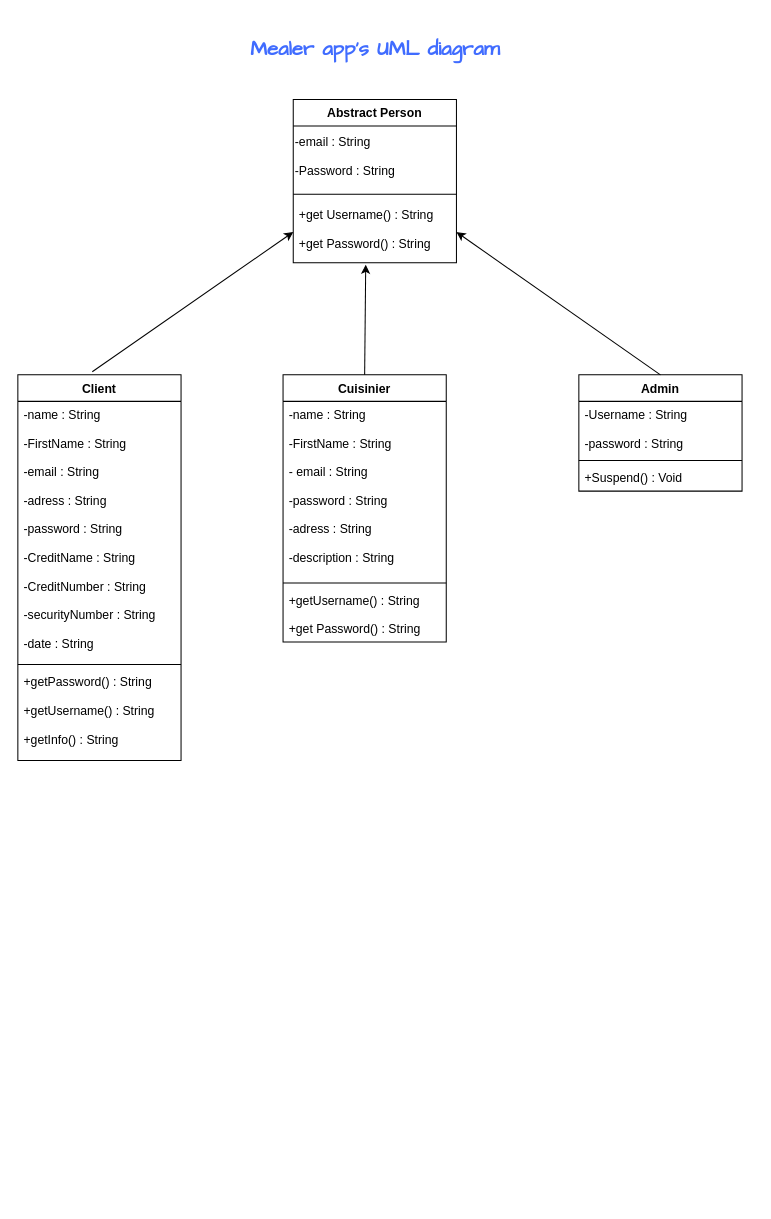
Above: UML/Untitled Diagram.drawio in PopoLeKok0/Projet (draw.io), before the change. Source tidied: cells renumbered, new cells numbered last; positions are measured from the earlier drawing's top-left corner, leaving out a move shared by most shapes. Both pictures are drawn from the tidied source at 102%, with x=0, y=0 at pixel (17, 17).
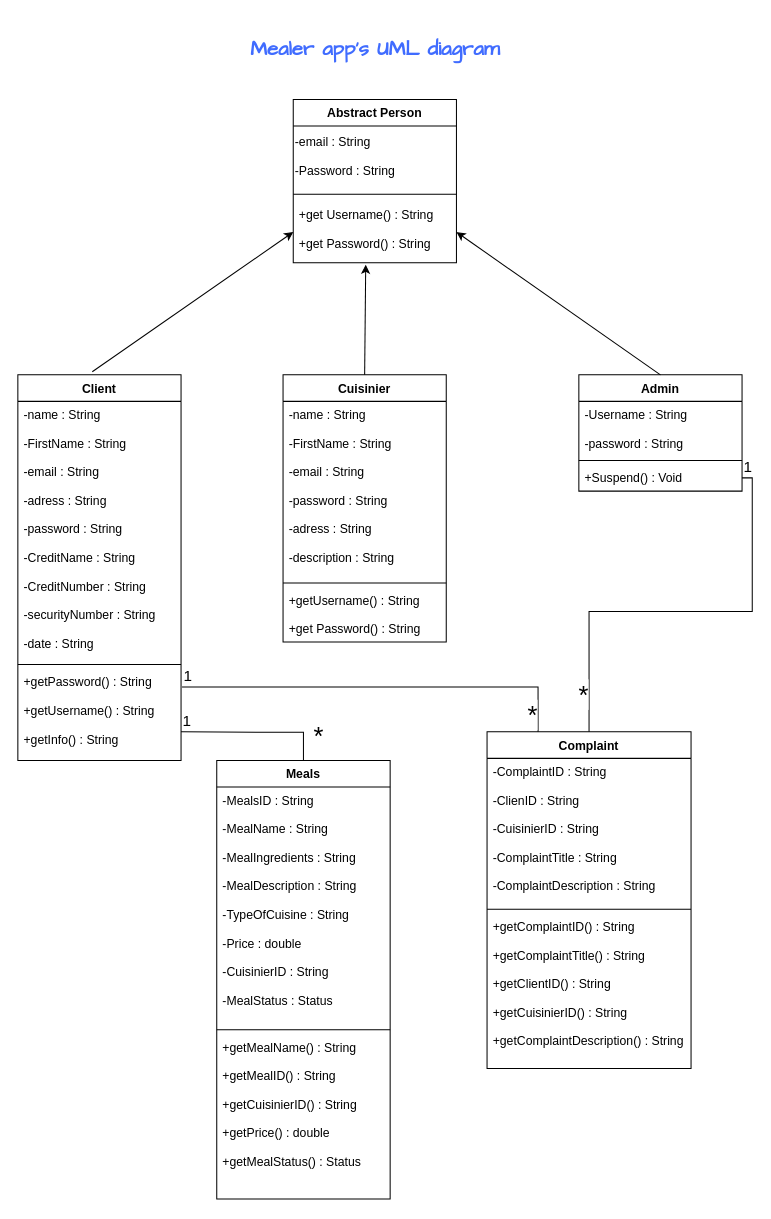
The same page after the edit.

The change refers to these unchanged cells:
```xml
<mxCell id="9" value="+getPassword() : String&#10;&#10;+getUsername() : String&#10;&#10;+getInfo() : String" style="text;strokeColor=none;fillColor=none;align=left;verticalAlign=top;spacingLeft=4;spacingRight=4;overflow=hidden;points=[[0,0.5],[1,0.5]];portConstraint=eastwest;" parent="6" vertex="1">
  <mxGeometry y="288" width="160" height="90" as="geometry" />
</mxCell>
<mxCell id="10" value="Cuisinier" style="swimlane;fontStyle=1;align=center;verticalAlign=top;horizontal=1;startSize=26;" parent="1" vertex="1">
  <mxGeometry x="260" y="350" width="160" height="262" as="geometry" />
</mxCell>
<mxCell id="17" value="+Suspend() : Void" style="text;strokeColor=none;fillColor=none;align=left;verticalAlign=top;spacingLeft=4;spacingRight=4;overflow=hidden;points=[[0,0.5],[1,0.5]];portConstraint=eastwest;" parent="14" vertex="1">
  <mxGeometry y="88" width="160" height="26" as="geometry" />
</mxCell>
```

Diff of the diagram source:
```diff
@@
-    <mxCell id="11" value="-name : String&#10;&#10;-FirstName : String&#10;&#10;- email : String&#10;&#10;-password : String&#10;&#10;-adress : String&#10;&#10;-description : String" style="text;strokeColor=none;fillColor=none;align=left;verticalAlign=top;spacingLeft=4;spacingRight=4;overflow=hidden;" parent="10" vertex="1">
+    <mxCell id="11" value="-name : String&#10;&#10;-FirstName : String&#10;&#10;-email : String&#10;&#10;-password : String&#10;&#10;-adress : String&#10;&#10;-description : String" style="text;strokeColor=none;fillColor=none;align=left;verticalAlign=top;spacingLeft=4;spacingRight=4;overflow=hidden;" parent="10" vertex="1">
       <mxGeometry y="26" width="160" height="174" as="geometry" />
     </mxCell>
@@
+    <mxCell id="22" value="Complaint" style="swimlane;fontStyle=1;align=center;verticalAlign=top;horizontal=1;startSize=26;" parent="1" vertex="1">
+      <mxGeometry x="460" y="700" width="200" height="330" as="geometry" />
+    </mxCell>
+    <mxCell id="23" value="-ComplaintID : String&#10;&#10;-ClienID : String&#10;&#10;-CuisinierID : String&#10;&#10;-ComplaintTitle : String&#10;&#10;-ComplaintDescription : String&#10;" style="text;strokeColor=none;fillColor=none;align=left;verticalAlign=top;spacingLeft=4;spacingRight=4;overflow=hidden;" parent="22" vertex="1">
+      <mxGeometry y="26" width="200" height="144" as="geometry" />
+    </mxCell>
+    <mxCell id="24" style="line;strokeWidth=1;fillColor=none;align=left;verticalAlign=middle;spacingTop=-1;spacingLeft=3;spacingRight=3;labelPosition=right;strokeColor=inherit;" parent="22" vertex="1">
+      <mxGeometry y="170" width="200" height="8" as="geometry" />
+    </mxCell>
+    <mxCell id="25" value="+getComplaintID() : String&#10;&#10;+getComplaintTitle() : String&#10;&#10;+getClientID() : String&#10;&#10;+getCuisinierID() : String&#10;&#10;+getComplaintDescription() : String" style="text;strokeColor=none;fillColor=none;align=left;verticalAlign=top;spacingLeft=4;spacingRight=4;overflow=hidden;" parent="22" vertex="1">
+      <mxGeometry y="178" width="200" height="152" as="geometry" />
+    </mxCell>
+    <mxCell id="26" value="Meals" style="swimlane;fontStyle=1;align=center;verticalAlign=top;horizontal=1;startSize=26;" parent="1" vertex="1">
+      <mxGeometry x="195" y="728" width="170" height="430" as="geometry" />
+    </mxCell>
+    <mxCell id="27" value="-MealsID : String&#10;&#10;-MealName : String&#10;&#10;-MealIngredients : String&#10;&#10;-MealDescription : String&#10;&#10;-TypeOfCuisine : String&#10;&#10;-Price : double&#10;&#10;-CuisinierID : String&#10;&#10;-MealStatus : Status" style="text;strokeColor=none;fillColor=none;align=left;verticalAlign=top;spacingLeft=4;spacingRight=4;overflow=hidden;" parent="26" vertex="1">
+      <mxGeometry y="26" width="170" height="234" as="geometry" />
+    </mxCell>
+    <mxCell id="28" style="line;strokeWidth=1;fillColor=none;align=left;verticalAlign=middle;spacingTop=-1;spacingLeft=3;spacingRight=3;labelPosition=right;strokeColor=inherit;" parent="26" vertex="1">
+      <mxGeometry y="260" width="170" height="8" as="geometry" />
+    </mxCell>
+    <mxCell id="29" value="+getMealName() : String&#10;&#10;+getMealID() : String&#10;&#10;+getCuisinierID() : String&#10;&#10;+getPrice() : double&#10;&#10;+getMealStatus() : Status&#10;" style="text;strokeColor=none;fillColor=none;align=left;verticalAlign=top;spacingLeft=4;spacingRight=4;overflow=hidden;" parent="26" vertex="1">
+      <mxGeometry y="268" width="170" height="162" as="geometry" />
+    </mxCell>
+    <mxCell id="30" style="endArrow=none;html=1;edgeStyle=orthogonalEdgeStyle;rounded=0;entryX=0.5;entryY=0;entryDx=0;entryDy=0;" parent="1" edge="1" target="26">
+      <mxGeometry relative="1" as="geometry">
+        <mxPoint x="160" y="700" as="sourcePoint" />
+      </mxGeometry>
+    </mxCell>
+    <mxCell id="31" value="1" style="edgeLabel;html=1;align=left;verticalAlign=bottom;fontSize=15;" parent="30" vertex="1">
+      <mxGeometry x="-1" relative="1" as="geometry" />
+    </mxCell>
+    <mxCell id="32" value="*" style="edgeLabel;html=1;align=right;verticalAlign=bottom;fontSize=25;" parent="30" vertex="1">
+      <mxGeometry x="1" relative="1" as="geometry">
+        <mxPoint x="20" y="-8" as="offset" />
+      </mxGeometry>
+    </mxCell>
+    <mxCell id="33" style="endArrow=none;html=1;edgeStyle=orthogonalEdgeStyle;rounded=0;fontSize=25;exitX=1;exitY=0.5;exitDx=0;exitDy=0;entryX=0.5;entryY=0;entryDx=0;entryDy=0;" parent="1" edge="1" source="17" target="22">
+      <mxGeometry relative="1" as="geometry" />
+    </mxCell>
+    <mxCell id="34" value="1" style="edgeLabel;html=1;align=left;verticalAlign=bottom;fontSize=15;" parent="33" vertex="1">
+      <mxGeometry x="-1" relative="1" as="geometry" />
+    </mxCell>
+    <mxCell id="35" value="*" style="edgeLabel;html=1;align=right;verticalAlign=bottom;fontSize=25;" parent="33" vertex="1">
+      <mxGeometry x="1" relative="1" as="geometry">
+        <mxPoint y="-20" as="offset" />
+      </mxGeometry>
+    </mxCell>
+    <mxCell id="36" style="endArrow=none;html=1;edgeStyle=orthogonalEdgeStyle;rounded=0;fontSize=15;entryX=0.25;entryY=0;entryDx=0;entryDy=0;exitX=1.006;exitY=0.2;exitDx=0;exitDy=0;exitPerimeter=0;" parent="1" edge="1" source="9" target="22">
+      <mxGeometry relative="1" as="geometry" />
+    </mxCell>
+    <mxCell id="37" value="&lt;font style=&quot;font-size: 15px;&quot;&gt;1&lt;/font&gt;" style="edgeLabel;html=1;align=left;verticalAlign=bottom;fontSize=15;" parent="36" vertex="1">
+      <mxGeometry x="-1" relative="1" as="geometry" />
+    </mxCell>
+    <mxCell id="38" value="*" style="edgeLabel;html=1;align=right;verticalAlign=bottom;fontSize=25;" parent="36" vertex="1">
+      <mxGeometry x="1" relative="1" as="geometry" />
+    </mxCell>
```
